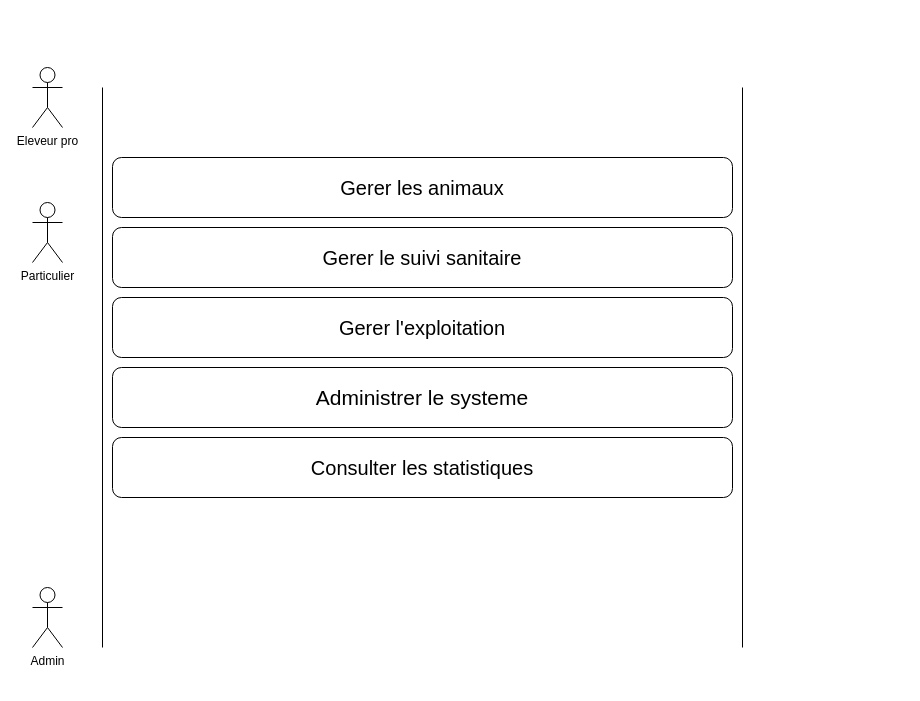
Above: Use case - undefined role.drawio in Guilyane/MadinAgriGest (draw.io), before the change. Source tidied: cells renumbered, new cells numbered last; positions are measured from the earlier drawing's top-left corner, leaving out a move shared by most shapes. Both pictures are drawn from the tidied source at 100%, with x=0, y=0 at pixel (32, 67).
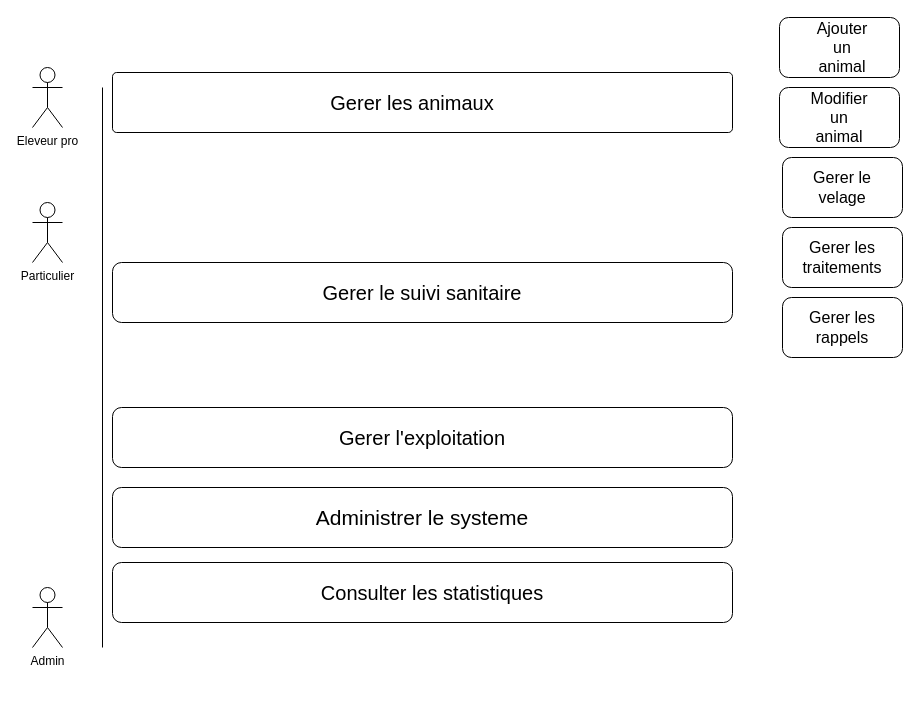
The same diagram, later.

Commit message:
Mettre à jour Use case - add role by specifications.drawio

The edit, as a diff of the source:
```diff
@@
-    <mxCell id="5" style="endArrow=none;html=1;rounded=0;" parent="1" edge="1">
-      <mxGeometry relative="1" as="geometry">
-        <mxPoint x="710" y="580" as="sourcePoint" />
-        <mxPoint x="710" y="20" as="targetPoint" />
-      </mxGeometry>
-    </mxCell>
-    <mxCell id="6" style="rounded=1;whiteSpace=wrap;html=1;roundedPerimeter=1;" parent="1" vertex="1">
-      <mxGeometry x="80" y="90" width="620" height="60" as="geometry" />
+    <mxCell id="6" style="rounded=1;whiteSpace=wrap;html=1;roundedPerimeter=1;arcSize=7;" parent="1" vertex="1">
+      <mxGeometry x="80" y="5" width="620" height="60" as="geometry" />
     </mxCell>
     <mxCell id="7" style="rounded=1;whiteSpace=wrap;html=1;roundedPerimeter=1;" parent="1" vertex="1">
-      <mxGeometry x="80" y="160" width="620" height="60" as="geometry" />
+      <mxGeometry x="80" y="195" width="620" height="60" as="geometry" />
     </mxCell>
     <mxCell id="8" value="&lt;font style=&quot;font-size: 20px;&quot;&gt;Gerer l'exploitation&lt;/font&gt;" style="rounded=1;whiteSpace=wrap;html=1;roundedPerimeter=1;" parent="1" vertex="1">
-      <mxGeometry x="80" y="230" width="620" height="60" as="geometry" />
+      <mxGeometry x="80" y="340" width="620" height="60" as="geometry" />
     </mxCell>
     <mxCell id="9" style="rounded=1;whiteSpace=wrap;html=1;roundedPerimeter=1;" parent="1" vertex="1">
-      <mxGeometry x="80" y="300" width="620" height="60" as="geometry" />
+      <mxGeometry x="80" y="420" width="620" height="60" as="geometry" />
     </mxCell>
     <mxCell id="10" style="rounded=1;whiteSpace=wrap;html=1;roundedPerimeter=1;" parent="1" vertex="1">
-      <mxGeometry x="80" y="370" width="620" height="60" as="geometry" />
+      <mxGeometry x="80" y="495" width="620" height="60" as="geometry" />
     </mxCell>
     <mxCell id="11" value="&lt;font style=&quot;font-size: 20px;&quot;&gt;Gerer les animaux&lt;/font&gt;" style="text;html=1;whiteSpace=wrap;strokeColor=none;fillColor=none;align=center;verticalAlign=middle;rounded=0;" parent="1" vertex="1">
-      <mxGeometry x="90" y="105" width="600" height="30" as="geometry" />
+      <mxGeometry x="80" y="20" width="600" height="30" as="geometry" />
     </mxCell>
     <mxCell id="12" value="&lt;font style=&quot;font-size: 20px;&quot;&gt;Gerer le suivi sanitaire&lt;/font&gt;" style="text;html=1;whiteSpace=wrap;strokeColor=none;fillColor=none;align=center;verticalAlign=middle;rounded=0;" parent="1" vertex="1">
-      <mxGeometry x="90" y="175" width="600" height="30" as="geometry" />
+      <mxGeometry x="90" y="210" width="600" height="30" as="geometry" />
     </mxCell>
     <mxCell id="13" value="&lt;font style=&quot;font-size: 21px;&quot;&gt;Administrer le systeme&lt;/font&gt;" style="text;html=1;whiteSpace=wrap;strokeColor=none;fillColor=none;align=center;verticalAlign=middle;rounded=0;" parent="1" vertex="1">
-      <mxGeometry x="90" y="315" width="600" height="30" as="geometry" />
+      <mxGeometry x="90" y="435" width="600" height="30" as="geometry" />
     </mxCell>
     <mxCell id="14" value="&lt;font style=&quot;font-size: 20px;&quot;&gt;Consulter les statistiques&lt;/font&gt;" style="text;html=1;whiteSpace=wrap;strokeColor=none;fillColor=none;align=center;verticalAlign=middle;rounded=0;" parent="1" vertex="1">
-      <mxGeometry x="90" y="385" width="600" height="30" as="geometry" />
+      <mxGeometry x="100" y="510" width="600" height="30" as="geometry" />
     </mxCell>
@@
+    <mxCell id="16" style="rounded=1;whiteSpace=wrap;html=1;roundedPerimeter=1;" parent="1" vertex="1">
+      <mxGeometry x="747" y="20" width="120" height="60" as="geometry" />
+    </mxCell>
+    <mxCell id="17" style="rounded=1;whiteSpace=wrap;html=1;roundedPerimeter=1;" parent="1" vertex="1">
+      <mxGeometry x="747" y="-50" width="120" height="60" as="geometry" />
+    </mxCell>
+    <mxCell id="18" value="&lt;font style=&quot;font-size: 16px;&quot;&gt;Ajouter un animal&lt;/font&gt;" style="text;html=1;whiteSpace=wrap;strokeColor=none;fillColor=none;align=center;verticalAlign=middle;rounded=0;" parent="1" vertex="1">
+      <mxGeometry x="780" y="-35" width="60" height="30" as="geometry" />
+    </mxCell>
+    <mxCell id="19" value="&lt;font style=&quot;font-size: 16px;&quot;&gt;Modifier un animal&lt;/font&gt;" style="text;html=1;whiteSpace=wrap;strokeColor=none;fillColor=none;align=center;verticalAlign=middle;rounded=0;" parent="1" vertex="1">
+      <mxGeometry x="777" y="35" width="60" height="30" as="geometry" />
+    </mxCell>
+    <mxCell id="20" style="rounded=1;whiteSpace=wrap;html=1;roundedPerimeter=1;" parent="1" vertex="1">
+      <mxGeometry x="750" y="90" width="120" height="60" as="geometry" />
+    </mxCell>
+    <mxCell id="21" value="&lt;font style=&quot;font-size: 16px;&quot;&gt;Gerer le velage&lt;/font&gt;" style="text;html=1;whiteSpace=wrap;strokeColor=none;fillColor=none;align=center;verticalAlign=middle;rounded=0;" parent="1" vertex="1">
+      <mxGeometry x="780" y="105" width="60" height="30" as="geometry" />
+    </mxCell>
+    <mxCell id="22" value="&lt;font style=&quot;font-size: 16px;&quot;&gt;Gerer les traitements&lt;/font&gt;" style="rounded=1;whiteSpace=wrap;html=1;roundedPerimeter=1;" parent="1" vertex="1">
+      <mxGeometry x="750" y="160" width="120" height="60" as="geometry" />
+    </mxCell>
+    <mxCell id="23" value="&lt;font style=&quot;font-size: 16px;&quot;&gt;Gerer les rappels&lt;/font&gt;" style="rounded=1;whiteSpace=wrap;html=1;roundedPerimeter=1;" parent="1" vertex="1">
+      <mxGeometry x="750" y="230" width="120" height="60" as="geometry" />
+    </mxCell>
```
